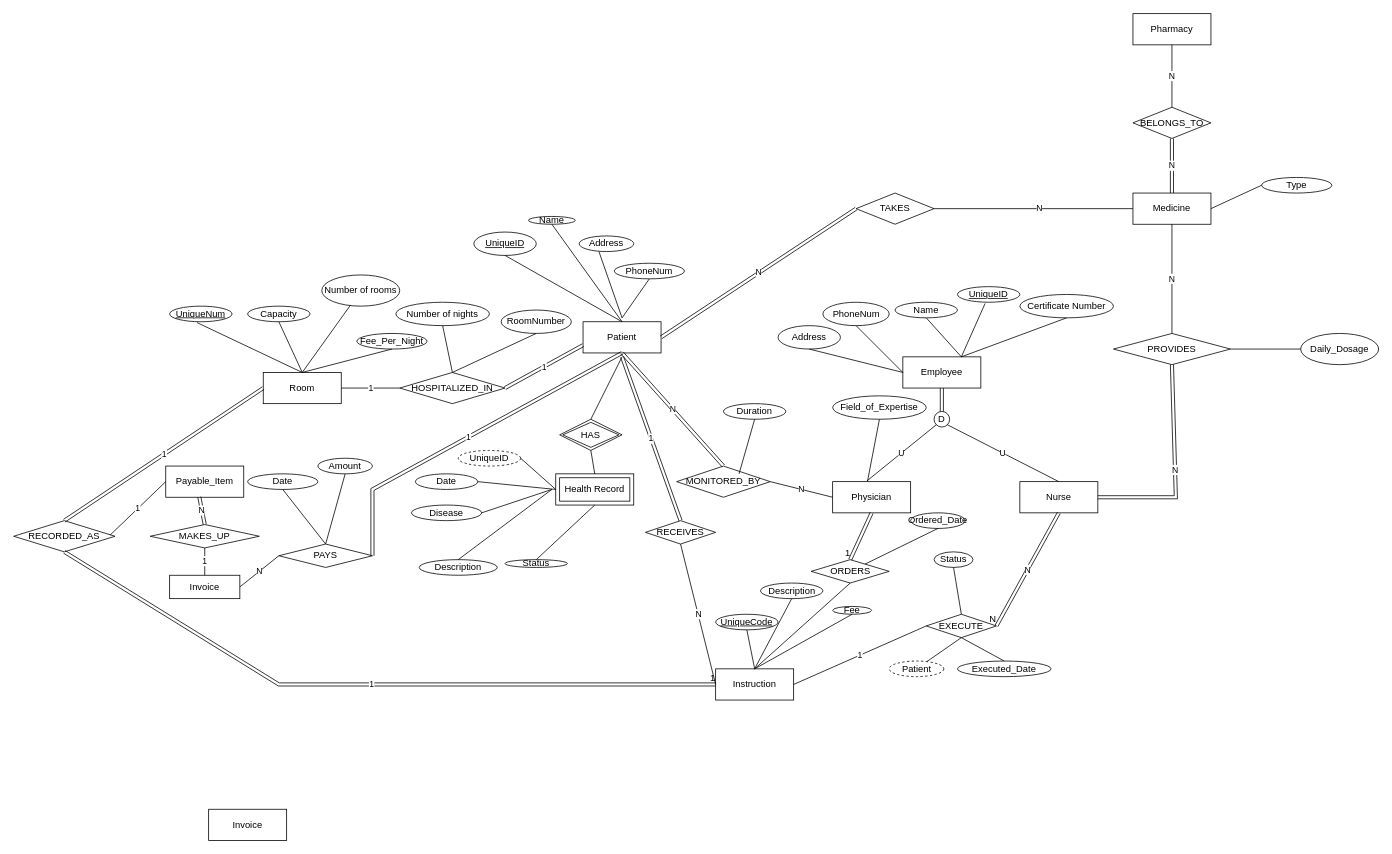
Above: Project Diagram.drawio in saiaungkyawmaw/ER-diagram_DatabaseClass (draw.io), before the change. Source tidied: cells renumbered, new cells numbered last; positions are measured from the earlier drawing's top-left corner, leaving out a move shared by most shapes. Both pictures are drawn from the tidied source at 78%, with x=0, y=0 at pixel (13, 13).
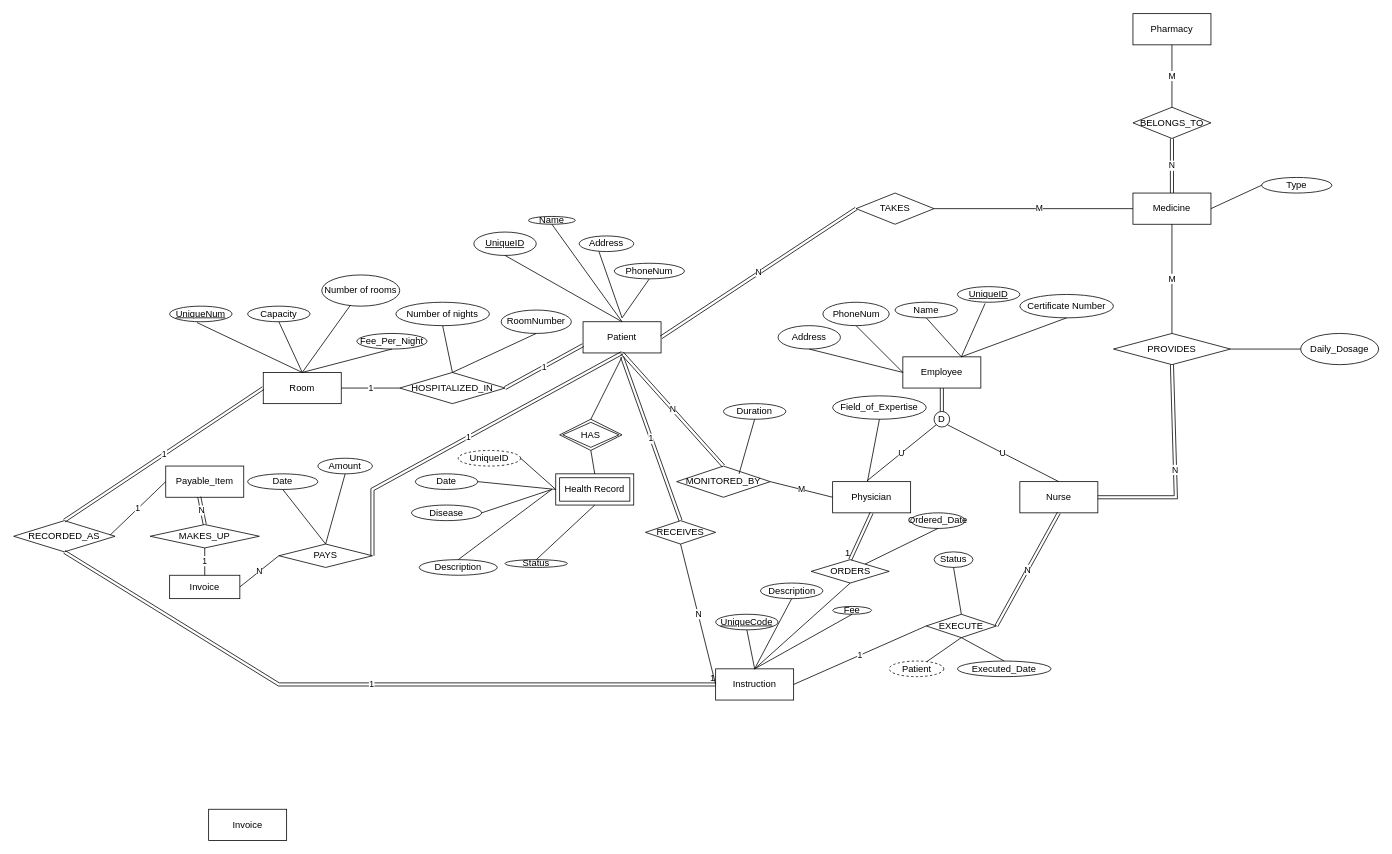
The same diagram, later.

The change refers to these unchanged cells:
```xml
<mxCell id="6" value="Physician" style="whiteSpace=wrap;html=1;align=center;" parent="1" vertex="1">
  <mxGeometry x="1050" y="600" width="100" height="40" as="geometry" />
</mxCell>
<mxCell id="12" value="MONITORED_BY" style="shape=rhombus;perimeter=rhombusPerimeter;whiteSpace=wrap;html=1;align=center;" parent="1" vertex="1">
  <mxGeometry x="850" y="580" width="120" height="40" as="geometry" />
</mxCell>
<mxCell id="28" value="N" style="shape=link;html=1;rounded=0;exitX=0.5;exitY=1;exitDx=0;exitDy=0;entryX=1;entryY=0.5;entryDx=0;entryDy=0;" parent="1" edge="1" source="7" target="13">
  <mxGeometry relative="1" as="geometry" />
</mxCell>
<mxCell id="35" value="TAKES" style="shape=rhombus;perimeter=rhombusPerimeter;whiteSpace=wrap;html=1;align=center;" parent="1" vertex="1">
  <mxGeometry x="1080" y="230" width="100" height="40" as="geometry" />
</mxCell>
<mxCell id="87" value="PROVIDES" style="shape=rhombus;perimeter=rhombusPerimeter;whiteSpace=wrap;html=1;align=center;" parent="1" vertex="1">
  <mxGeometry x="1410" y="410" width="150" height="40" as="geometry" />
</mxCell>
<mxCell id="89" value="Medicine" style="whiteSpace=wrap;html=1;align=center;" parent="1" vertex="1">
  <mxGeometry x="1435" y="230" width="100" height="40" as="geometry" />
</mxCell>
<mxCell id="90" value="Pharmacy" style="whiteSpace=wrap;html=1;align=center;" parent="1" vertex="1">
  <mxGeometry x="1435" width="100" height="40" as="geometry" />
</mxCell>
<mxCell id="91" value="BELONGS_TO" style="shape=rhombus;perimeter=rhombusPerimeter;whiteSpace=wrap;html=1;align=center;" parent="1" vertex="1">
  <mxGeometry x="1435" y="120" width="100" height="40" as="geometry" />
</mxCell>
```

Change to the diagram source:
```diff
@@
-    <mxCell id="29" value="N" style="html=1;align=right;verticalAlign=bottom;" parent="28" vertex="1">
-      <mxGeometry x="1" relative="1" as="geometry" />
-    </mxCell>
@@
-    <mxCell id="33" value="N" style="endArrow=none;html=1;rounded=0;entryX=0;entryY=0.5;entryDx=0;entryDy=0;exitX=1;exitY=0.5;exitDx=0;exitDy=0;" parent="1" edge="1" source="12" target="6">
+    <mxCell id="33" value="M" style="endArrow=none;html=1;rounded=0;entryX=0;entryY=0.5;entryDx=0;entryDy=0;exitX=1;exitY=0.5;exitDx=0;exitDy=0;" parent="1" edge="1" source="12" target="6">
       <mxGeometry relative="1" as="geometry" />
     </mxCell>
@@
-    <mxCell id="36" value="N" style="endArrow=none;html=1;rounded=0;exitX=1;exitY=0.5;exitDx=0;exitDy=0;" parent="1" edge="1" source="35">
+    <mxCell id="36" value="M" style="endArrow=none;html=1;rounded=0;exitX=1;exitY=0.5;exitDx=0;exitDy=0;" parent="1" edge="1" source="35">
       <mxGeometry relative="1" as="geometry">
         <mxPoint x="1450" y="250" as="targetPoint" />
       </mxGeometry>
     </mxCell>
@@
-    <mxCell id="92" value="N" style="endArrow=none;html=1;rounded=0;exitX=0.5;exitY=1;exitDx=0;exitDy=0;entryX=0.5;entryY=0;entryDx=0;entryDy=0;" parent="1" edge="1" source="89" target="87">
+    <mxCell id="92" value="M" style="endArrow=none;html=1;rounded=0;exitX=0.5;exitY=1;exitDx=0;exitDy=0;entryX=0.5;entryY=0;entryDx=0;entryDy=0;" parent="1" edge="1" source="89" target="87">
       <mxGeometry relative="1" as="geometry" />
     </mxCell>
@@
-    <mxCell id="94" value="N" style="endArrow=none;html=1;rounded=0;exitX=0.5;exitY=1;exitDx=0;exitDy=0;entryX=0.5;entryY=0;entryDx=0;entryDy=0;" parent="1" edge="1" source="90" target="91">
+    <mxCell id="94" value="M" style="endArrow=none;html=1;rounded=0;exitX=0.5;exitY=1;exitDx=0;exitDy=0;entryX=0.5;entryY=0;entryDx=0;entryDy=0;" parent="1" edge="1" source="90" target="91">
       <mxGeometry relative="1" as="geometry" />
     </mxCell>
```
